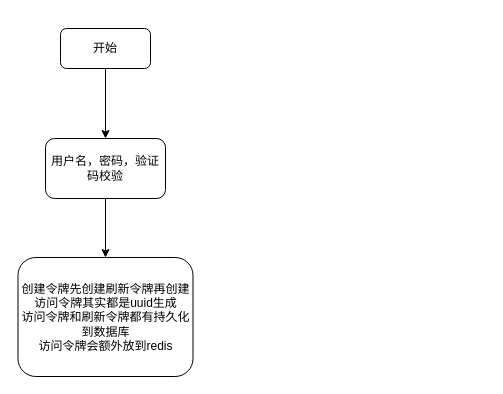
Before: login/ruoyi-vue-pro-login.drawio in meijinwu/flow-chart, a draw.io diagram. Source tidied: cells renumbered, new cells numbered last; positions are measured from the earlier drawing's top-left corner, leaving out a move shared by most shapes. Both pictures are drawn from the tidied source at 100%, with x=0, y=0 at pixel (18, 28).
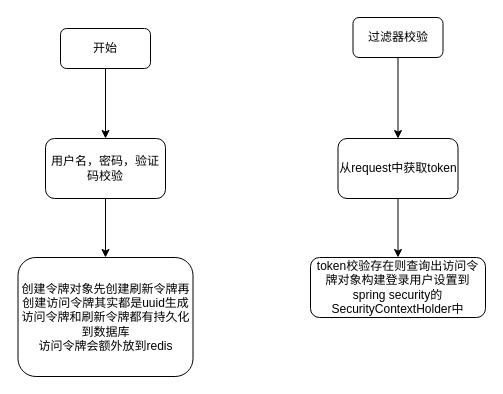
Above is the later version.

Diff of the diagram source:
```diff
@@
 <mxGraphModel>
   <root>
     <mxCell id="0" />
     <mxCell id="1" parent="0" />
     <mxCell id="2" style="edgeStyle=orthogonalEdgeStyle;rounded=0;jettySize=auto;html=1;" parent="1" edge="1" source="3" target="5">
       <mxGeometry relative="1" as="geometry" />
     </mxCell>
     <mxCell id="3" value="开始" style="rounded=1;whiteSpace=wrap;html=1;" parent="1" vertex="1">
       <mxGeometry x="42" width="90" height="40" as="geometry" />
     </mxCell>
     <mxCell id="4" style="edgeStyle=orthogonalEdgeStyle;rounded=0;jettySize=auto;html=1;" parent="1" edge="1" source="5" target="6">
       <mxGeometry relative="1" as="geometry" />
     </mxCell>
     <mxCell id="5" value="用户名，密码，验证码校验" style="whiteSpace=wrap;html=1;rounded=1;" parent="1" vertex="1">
       <mxGeometry x="27" y="110" width="120" height="60" as="geometry" />
     </mxCell>
-    <mxCell id="6" value="创建令牌先创建刷新令牌再创建访问令牌其实都是uuid生成&lt;br&gt;访问令牌和刷新令牌都有持久化到数据库&lt;br&gt;访问令牌会额外放到redis" style="whiteSpace=wrap;html=1;rounded=1;" parent="1" vertex="1">
+    <mxCell id="6" value="创建令牌对象先创建刷新令牌再创建访问令牌其实都是uuid生成&lt;br&gt;访问令牌和刷新令牌都有持久化到数据库&lt;br&gt;访问令牌会额外放到redis" style="whiteSpace=wrap;html=1;rounded=1;" parent="1" vertex="1">
       <mxGeometry x="-0.5" y="229" width="175" height="119" as="geometry" />
     </mxCell>
+    <mxCell id="7" style="edgeStyle=orthogonalEdgeStyle;rounded=0;jettySize=auto;html=1;" parent="1" edge="1" source="8" target="10">
+      <mxGeometry relative="1" as="geometry" />
+    </mxCell>
+    <mxCell id="8" value="过滤器校验" style="rounded=1;whiteSpace=wrap;html=1;" parent="1" vertex="1">
+      <mxGeometry x="334.5" y="-11" width="90" height="40" as="geometry" />
+    </mxCell>
+    <mxCell id="9" style="edgeStyle=orthogonalEdgeStyle;rounded=0;jettySize=auto;html=1;" parent="1" edge="1" source="10" target="11">
+      <mxGeometry relative="1" as="geometry" />
+    </mxCell>
+    <mxCell id="10" value="从request中获取token" style="whiteSpace=wrap;html=1;rounded=1;" parent="1" vertex="1">
+      <mxGeometry x="319.5" y="110" width="120" height="60" as="geometry" />
+    </mxCell>
+    <mxCell id="11" value="token校验存在则&lt;span style=&quot;background-color: initial;&quot;&gt;查询出访问令牌对象构建登录用户设置到spring security的SecurityContextHolder中&lt;/span&gt;" style="whiteSpace=wrap;html=1;rounded=1;" parent="1" vertex="1">
+      <mxGeometry x="292" y="229" width="175" height="60" as="geometry" />
+    </mxCell>
+    <mxCell id="12" style="edgeStyle=orthogonalEdgeStyle;rounded=0;orthogonalLoop=1;jettySize=auto;html=1;exitX=0.5;exitY=1;exitDx=0;exitDy=0;" parent="1" edge="1" source="11" target="11">
+      <mxGeometry relative="1" as="geometry" />
+    </mxCell>
   </root>
 </mxGraphModel>
```
